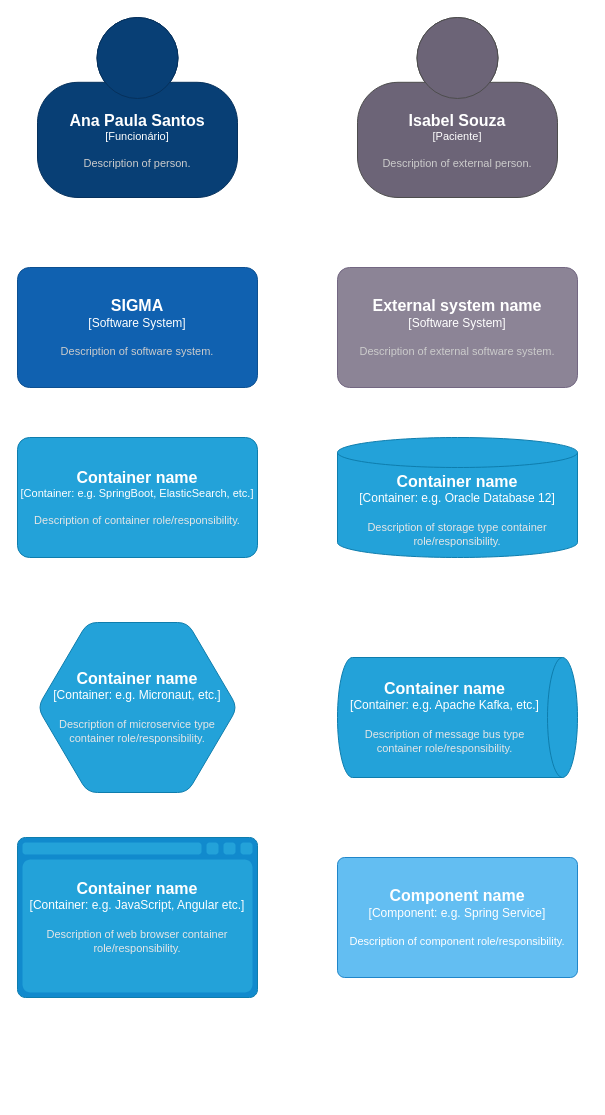
vilar95/ArquiteturaSoftware keeps this draw.io diagram as Diagrama sem nome.drawio. Above is the earlier version. Source tidied: cells renumbered, new cells numbered last; positions are measured from the earlier drawing's top-left corner, leaving out a move shared by most shapes. Both pictures are drawn from the tidied source at 100%, with x=0, y=0 at pixel (17, 17).
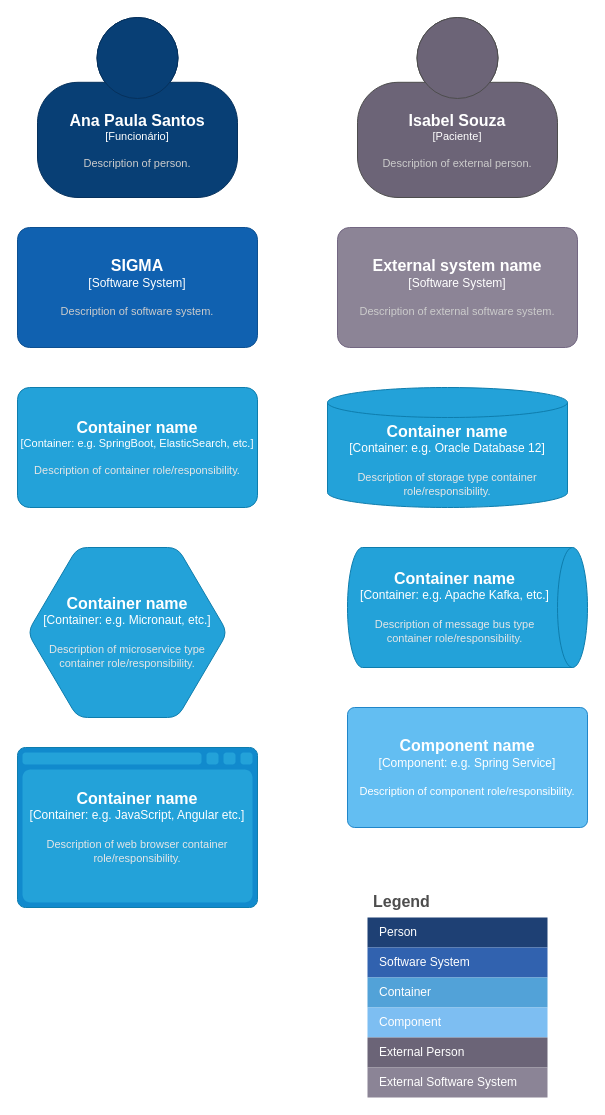
The same page after the edit.

Diff of the diagram source:
```diff
@@
     <object id="4" label="&lt;font style=&quot;font-size: 16px&quot;&gt;&lt;b&gt;%c4Name%&lt;/b&gt;&lt;/font&gt;&lt;div&gt;[%c4Type%]&lt;/div&gt;&lt;br&gt;&lt;div&gt;&lt;font style=&quot;font-size: 11px&quot;&gt;&lt;font color=&quot;#cccccc&quot;&gt;%c4Description%&lt;/font&gt;&lt;/div&gt;" c4Description="Description of software system." c4Name="SIGMA" c4Type="Software System" placeholders="1">
       <mxCell style="rounded=1;whiteSpace=wrap;html=1;labelBackgroundColor=none;fillColor=#1061B0;fontColor=#ffffff;align=center;arcSize=10;strokeColor=#0D5091;" parent="1" vertex="1">
-        <mxGeometry y="250" width="240" height="120" as="geometry" />
+        <mxGeometry y="210" width="240" height="120" as="geometry" />
       </mxCell>
     </object>
     <object id="5" label="&lt;font style=&quot;font-size: 16px&quot;&gt;&lt;b&gt;%c4Name%&lt;/b&gt;&lt;/font&gt;&lt;div&gt;[%c4Type%]&lt;/div&gt;&lt;br&gt;&lt;div&gt;&lt;font style=&quot;font-size: 11px&quot;&gt;&lt;font color=&quot;#cccccc&quot;&gt;%c4Description%&lt;/font&gt;&lt;/div&gt;" c4Description="Description of external software system." c4Name="External system name" c4Type="Software System" placeholders="1">
       <mxCell style="rounded=1;whiteSpace=wrap;html=1;labelBackgroundColor=none;fillColor=#8C8496;fontColor=#ffffff;align=center;arcSize=10;strokeColor=#736782;" parent="1" vertex="1">
-        <mxGeometry x="320" y="250" width="240" height="120" as="geometry" />
+        <mxGeometry x="320" y="210" width="240" height="120" as="geometry" />
       </mxCell>
     </object>
     <object id="6" label="&lt;font style=&quot;font-size: 16px&quot;&gt;&lt;b&gt;%c4Name%&lt;/b&gt;&lt;/font&gt;&lt;div&gt;[%c4Type%: %c4Technology%]&lt;/div&gt;&lt;br&gt;&lt;div&gt;&lt;font style=&quot;font-size: 11px&quot;&gt;&lt;font color=&quot;#E6E6E6&quot;&gt;%c4Description%&lt;/font&gt;&lt;/div&gt;" c4Description="Description of container role/responsibility." c4Name="Container name" c4Technology="e.g. SpringBoot, ElasticSearch, etc." c4Type="Container" placeholders="1">
       <mxCell style="rounded=1;whiteSpace=wrap;html=1;fontSize=11;labelBackgroundColor=none;fillColor=#23A2D9;fontColor=#ffffff;align=center;arcSize=10;strokeColor=#0E7DAD;" parent="1" vertex="1">
-        <mxGeometry y="420" width="240" height="120" as="geometry" />
+        <mxGeometry y="370" width="240" height="120" as="geometry" />
       </mxCell>
     </object>
     <object id="7" label="&lt;font style=&quot;font-size: 16px&quot;&gt;&lt;b&gt;%c4Type%&lt;/b&gt;&lt;/font&gt;&lt;div&gt;[%c4Container%:&amp;nbsp;%c4Technology%]&lt;/div&gt;&lt;br&gt;&lt;div&gt;&lt;font style=&quot;font-size: 11px&quot;&gt;&lt;font color=&quot;#E6E6E6&quot;&gt;%c4Description%&lt;/font&gt;&lt;/div&gt;" c4Container="Container" c4Description="Description of storage type container role/responsibility." c4Technology="e.g. Oracle Database 12" c4Type="Container name" placeholders="1">
       <mxCell style="shape=cylinder3;size=15;whiteSpace=wrap;html=1;boundedLbl=1;rounded=0;labelBackgroundColor=none;fillColor=#23A2D9;fontSize=12;fontColor=#ffffff;align=center;strokeColor=#0E7DAD;" parent="1" vertex="1">
-        <mxGeometry x="320" y="420" width="240" height="120" as="geometry" />
+        <mxGeometry x="310" y="370" width="240" height="120" as="geometry" />
       </mxCell>
     </object>
     <object id="8" label="&lt;font style=&quot;font-size: 16px&quot;&gt;&lt;b&gt;%c4Type%&lt;/b&gt;&lt;/font&gt;&lt;div&gt;[%c4Container%:&amp;nbsp;%c4Technology%]&lt;/div&gt;&lt;br&gt;&lt;div&gt;&lt;font style=&quot;font-size: 11px&quot;&gt;&lt;font color=&quot;#E6E6E6&quot;&gt;%c4Description%&lt;/font&gt;&lt;/div&gt;" c4Container="Container" c4Description="Description of microservice type container role/responsibility." c4Technology="e.g. Micronaut, etc." c4Type="Container name" placeholders="1">
       <mxCell style="shape=hexagon;size=50;perimeter=hexagonPerimeter2;whiteSpace=wrap;html=1;fixedSize=1;rounded=1;labelBackgroundColor=none;fillColor=#23A2D9;fontSize=12;fontColor=#ffffff;align=center;strokeColor=#0E7DAD;" parent="1" vertex="1">
-        <mxGeometry x="20" y="605" width="200" height="170" as="geometry" />
+        <mxGeometry x="10" y="530" width="200" height="170" as="geometry" />
       </mxCell>
     </object>
     <object id="9" label="&lt;font style=&quot;font-size: 16px&quot;&gt;&lt;b&gt;%c4Type%&lt;/b&gt;&lt;/font&gt;&lt;div&gt;[%c4Container%:&amp;nbsp;%c4Technology%]&lt;/div&gt;&lt;br&gt;&lt;div&gt;&lt;font style=&quot;font-size: 11px&quot;&gt;&lt;font color=&quot;#E6E6E6&quot;&gt;%c4Description%&lt;/font&gt;&lt;/div&gt;" c4Container="Container" c4Description="Description of message bus type container role/responsibility." c4Technology="e.g. Apache Kafka, etc." c4Type="Container name" placeholders="1">
       <mxCell style="shape=cylinder3;size=15;direction=south;whiteSpace=wrap;html=1;boundedLbl=1;rounded=0;labelBackgroundColor=none;fillColor=#23A2D9;fontSize=12;fontColor=#ffffff;align=center;strokeColor=#0E7DAD;" parent="1" vertex="1">
-        <mxGeometry x="320" y="640" width="240" height="120" as="geometry" />
+        <mxGeometry x="330" y="530" width="240" height="120" as="geometry" />
       </mxCell>
     </object>
     <object id="10" label="&lt;font style=&quot;font-size: 16px&quot;&gt;&lt;b&gt;%c4Type%&lt;/b&gt;&lt;/font&gt;&lt;div&gt;[%c4Container%:&amp;nbsp;%c4Technology%]&lt;/div&gt;&lt;br&gt;&lt;div&gt;&lt;font style=&quot;font-size: 11px&quot;&gt;&lt;font color=&quot;#E6E6E6&quot;&gt;%c4Description%&lt;/font&gt;&lt;/div&gt;" c4Container="Container" c4Description="Description of web browser container role/responsibility." c4Technology="e.g. JavaScript, Angular etc." c4Type="Container name" placeholders="1">
       <mxCell style="shape=mxgraph.c4.webBrowserContainer2;whiteSpace=wrap;html=1;boundedLbl=1;rounded=0;labelBackgroundColor=none;strokeColor=#118ACD;fillColor=#23A2D9;strokeColor=#118ACD;strokeColor2=#0E7DAD;fontSize=12;fontColor=#ffffff;align=center;" parent="1" vertex="1">
-        <mxGeometry y="820" width="240" height="160" as="geometry" />
+        <mxGeometry y="730" width="240" height="160" as="geometry" />
       </mxCell>
     </object>
     <object id="11" label="&lt;font style=&quot;font-size: 16px&quot;&gt;&lt;b&gt;%c4Name%&lt;/b&gt;&lt;/font&gt;&lt;div&gt;[%c4Type%: %c4Technology%]&lt;/div&gt;&lt;br&gt;&lt;div&gt;&lt;font style=&quot;font-size: 11px&quot;&gt;%c4Description%&lt;/font&gt;&lt;/div&gt;" c4Description="Description of component role/responsibility." c4Name="Component name" c4Technology="e.g. Spring Service" c4Type="Component" placeholders="1">
       <mxCell style="rounded=1;whiteSpace=wrap;html=1;labelBackgroundColor=none;fillColor=#63BEF2;fontColor=#ffffff;align=center;arcSize=6;strokeColor=#2086C9;" parent="1" vertex="1">
-        <mxGeometry x="320" y="840" width="240" height="120" as="geometry" />
+        <mxGeometry x="330" y="690" width="240" height="120" as="geometry" />
       </mxCell>
     </object>
+    <mxCell id="12" value="Legend" style="shape=table;startSize=30;childLayout=tableLayout;fontSize=16;align=left;verticalAlign=top;fillColor=none;strokeColor=none;fontColor=#4D4D4D;fontStyle=1;spacingLeft=6;spacing=0;" parent="1" vertex="1">
+      <mxGeometry x="350" y="870" width="180" height="210" as="geometry" />
+    </mxCell>
+    <mxCell id="13" style="shape=tableRow;horizontal=0;startSize=0;swimlaneHead=0;swimlaneBody=0;strokeColor=inherit;top=0;left=0;bottom=0;right=0;fillColor=none;fontSize=12;" parent="12" vertex="1">
+      <mxGeometry y="30" width="180" height="30" as="geometry" />
+    </mxCell>
+    <mxCell id="14" value="Person" style="shape=partialRectangle;html=1;whiteSpace=wrap;strokeColor=inherit;overflow=hidden;fillColor=#1E4074;top=0;left=0;bottom=0;right=0;fontSize=12;align=left;fontColor=#FFFFFF;gradientColor=none;spacingLeft=10;spacingRight=4;" parent="13" vertex="1">
+      <mxGeometry width="180" height="30" as="geometry" />
+    </mxCell>
+    <mxCell id="15" style="shape=tableRow;horizontal=0;startSize=0;swimlaneHead=0;swimlaneBody=0;strokeColor=inherit;top=0;left=0;bottom=0;right=0;fillColor=none;fontSize=12;" parent="12" vertex="1">
+      <mxGeometry y="60" width="180" height="30" as="geometry" />
+    </mxCell>
+    <mxCell id="16" value="Software System" style="shape=partialRectangle;html=1;whiteSpace=wrap;strokeColor=inherit;overflow=hidden;fillColor=#3162AF;top=0;left=0;bottom=0;right=0;fontSize=12;align=left;fontColor=#FFFFFF;gradientColor=none;spacingLeft=10;spacingRight=4;" parent="15" vertex="1">
+      <mxGeometry width="180" height="30" as="geometry" />
+    </mxCell>
+    <mxCell id="17" style="shape=tableRow;horizontal=0;startSize=0;swimlaneHead=0;swimlaneBody=0;strokeColor=inherit;top=0;left=0;bottom=0;right=0;fillColor=none;fontSize=12;" parent="12" vertex="1">
+      <mxGeometry y="90" width="180" height="30" as="geometry" />
+    </mxCell>
+    <mxCell id="18" value="Container" style="shape=partialRectangle;html=1;whiteSpace=wrap;strokeColor=inherit;overflow=hidden;fillColor=#52a2d8;top=0;left=0;bottom=0;right=0;fontSize=12;align=left;fontColor=#FFFFFF;gradientColor=none;spacingLeft=10;spacingRight=4;" parent="17" vertex="1">
+      <mxGeometry width="180" height="30" as="geometry" />
+    </mxCell>
+    <mxCell id="19" style="shape=tableRow;horizontal=0;startSize=0;swimlaneHead=0;swimlaneBody=0;strokeColor=inherit;top=0;left=0;bottom=0;right=0;fillColor=none;fontSize=12;" parent="12" vertex="1">
+      <mxGeometry y="120" width="180" height="30" as="geometry" />
+    </mxCell>
+    <mxCell id="20" value="Component" style="shape=partialRectangle;html=1;whiteSpace=wrap;strokeColor=inherit;overflow=hidden;fillColor=#7dbef2;top=0;left=0;bottom=0;right=0;fontSize=12;align=left;fontColor=#FFFFFF;gradientColor=none;spacingLeft=10;spacingRight=4;" parent="19" vertex="1">
+      <mxGeometry width="180" height="30" as="geometry" />
+    </mxCell>
+    <mxCell id="21" style="shape=tableRow;horizontal=0;startSize=0;swimlaneHead=0;swimlaneBody=0;strokeColor=inherit;top=0;left=0;bottom=0;right=0;fillColor=none;fontSize=12;" parent="12" vertex="1">
+      <mxGeometry y="150" width="180" height="30" as="geometry" />
+    </mxCell>
+    <mxCell id="22" value="External Person" style="shape=partialRectangle;html=1;whiteSpace=wrap;strokeColor=inherit;overflow=hidden;fillColor=#6b6477;top=0;left=0;bottom=0;right=0;fontSize=12;align=left;fontColor=#FFFFFF;gradientColor=none;spacingLeft=10;spacingRight=4;" parent="21" vertex="1">
+      <mxGeometry width="180" height="30" as="geometry" />
+    </mxCell>
+    <mxCell id="23" style="shape=tableRow;horizontal=0;startSize=0;swimlaneHead=0;swimlaneBody=0;strokeColor=inherit;top=0;left=0;bottom=0;right=0;fillColor=none;fontSize=12;" parent="12" vertex="1">
+      <mxGeometry y="180" width="180" height="30" as="geometry" />
+    </mxCell>
+    <mxCell id="24" value="External Software System" style="shape=partialRectangle;html=1;whiteSpace=wrap;strokeColor=inherit;overflow=hidden;fillColor=#8b8496;top=0;left=0;bottom=0;right=0;fontSize=12;align=left;fontColor=#FFFFFF;gradientColor=none;spacingLeft=10;spacingRight=4;" parent="23" vertex="1">
+      <mxGeometry width="180" height="30" as="geometry" />
+    </mxCell>
```
